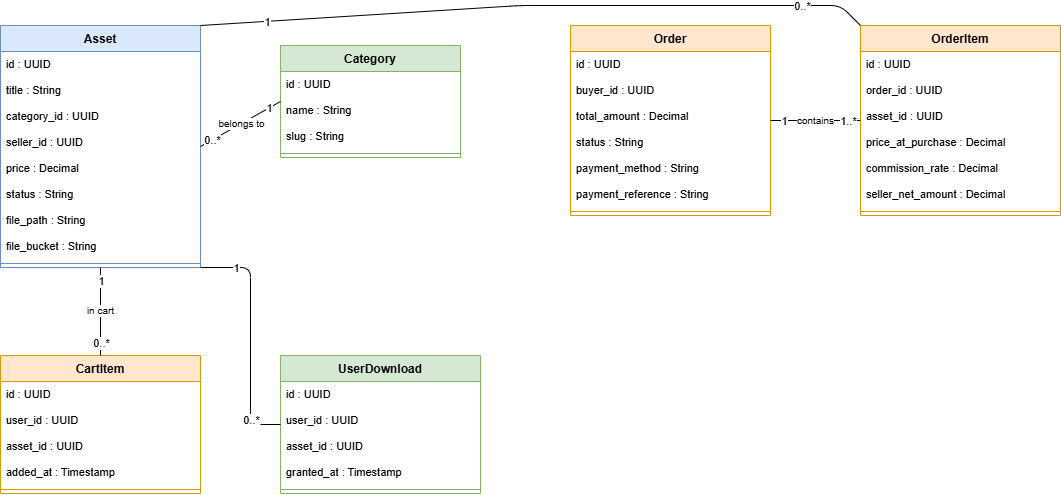
Above: images/diagrams/class_s2.png in AsmaDaoussi/report (draw.io), before the change. Source tidied: cells renumbered, new cells last; positions are measured from the earlier drawing's top-left corner, leaving out a move shared by most shapes.
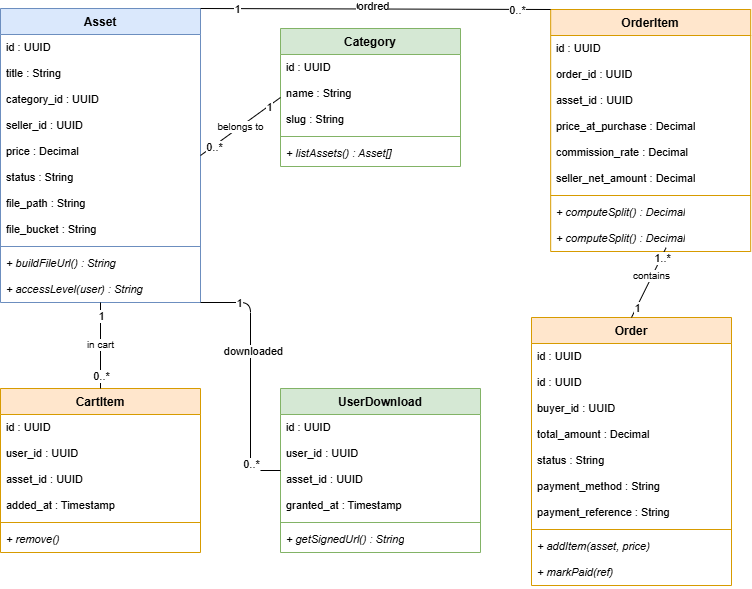
Later version of the same file.

What changed in the source:
```diff
@@ -3,7 +3,7 @@
     <mxCell id="0" />
     <mxCell id="1" parent="0" />
     <mxCell id="2" value="Asset" style="swimlane;fontStyle=1;align=center;verticalAlign=top;horizontal=1;startSize=26;fillColor=#dae8fc;strokeColor=#6c8ebf;whiteSpace=wrap;html=1;" parent="1" vertex="1">
-      <mxGeometry y="20" width="200" height="242" as="geometry" />
+      <mxGeometry y="20" width="200" height="294" as="geometry" />
     </mxCell>
     <mxCell id="3" value="id : UUID" style="text;strokeColor=none;fillColor=none;align=left;verticalAlign=top;spacingLeft=4;spacingRight=4;overflow=hidden;whiteSpace=wrap;html=1;fontSize=11;" parent="2" vertex="1">
       <mxGeometry y="26" width="200" height="26" as="geometry" />
@@ -32,8 +32,14 @@
     <mxCell id="11" style="line;strokeWidth=1;fillColor=none;align=left;verticalAlign=middle;spacingTop=-1;spacingLeft=3;spacingRight=3;labelPosition=right;strokeColor=inherit;" parent="2" vertex="1">
       <mxGeometry y="234" width="200" height="8" as="geometry" />
     </mxCell>
+    <mxCell id="60" value="+ buildFileUrl() : String" style="text;strokeColor=none;fillColor=none;align=left;verticalAlign=top;spacingLeft=4;spacingRight=4;overflow=hidden;whiteSpace=wrap;html=1;fontSize=11;fontStyle=2;" parent="2" vertex="1">
+      <mxGeometry y="242" width="200" height="26" as="geometry" />
+    </mxCell>
+    <mxCell id="61" value="+ accessLevel(user) : String" style="text;strokeColor=none;fillColor=none;align=left;verticalAlign=top;spacingLeft=4;spacingRight=4;overflow=hidden;whiteSpace=wrap;html=1;fontSize=11;fontStyle=2;" parent="2" vertex="1">
+      <mxGeometry y="268" width="200" height="26" as="geometry" />
+    </mxCell>
     <mxCell id="12" value="Category" style="swimlane;fontStyle=1;align=center;verticalAlign=top;horizontal=1;startSize=26;fillColor=#d5e8d4;strokeColor=#82b366;whiteSpace=wrap;html=1;" parent="1" vertex="1">
-      <mxGeometry x="280" y="40" width="180" height="112" as="geometry" />
+      <mxGeometry x="280" y="40" width="180" height="138" as="geometry" />
     </mxCell>
     <mxCell id="13" value="id : UUID" style="text;strokeColor=none;fillColor=none;align=left;verticalAlign=top;spacingLeft=4;spacingRight=4;overflow=hidden;whiteSpace=wrap;html=1;fontSize=11;" parent="12" vertex="1">
       <mxGeometry y="26" width="180" height="26" as="geometry" />
@@ -47,32 +53,44 @@
     <mxCell id="16" style="line;strokeWidth=1;fillColor=none;align=left;verticalAlign=middle;spacingTop=-1;spacingLeft=3;spacingRight=3;labelPosition=right;strokeColor=inherit;" parent="12" vertex="1">
       <mxGeometry y="104" width="180" height="8" as="geometry" />
     </mxCell>
+    <mxCell id="62" value="+ listAssets() : Asset[]" style="text;strokeColor=none;fillColor=none;align=left;verticalAlign=top;spacingLeft=4;spacingRight=4;overflow=hidden;whiteSpace=wrap;html=1;fontSize=11;fontStyle=2;" parent="12" vertex="1">
+      <mxGeometry y="112" width="180" height="26" as="geometry" />
+    </mxCell>
     <mxCell id="17" value="Order" style="swimlane;fontStyle=1;align=center;verticalAlign=top;horizontal=1;startSize=26;fillColor=#ffe6cc;strokeColor=#d79b00;whiteSpace=wrap;html=1;" parent="1" vertex="1">
-      <mxGeometry x="570" y="20" width="200" height="190" as="geometry" />
+      <mxGeometry x="531" y="329" width="200" height="268" as="geometry" />
     </mxCell>
     <mxCell id="18" value="id : UUID" style="text;strokeColor=none;fillColor=none;align=left;verticalAlign=top;spacingLeft=4;spacingRight=4;overflow=hidden;whiteSpace=wrap;html=1;fontSize=11;" parent="17" vertex="1">
       <mxGeometry y="26" width="200" height="26" as="geometry" />
     </mxCell>
+    <mxCell id="63" value="id : UUID" style="text;strokeColor=none;fillColor=none;align=left;verticalAlign=top;spacingLeft=4;spacingRight=4;overflow=hidden;whiteSpace=wrap;html=1;fontSize=11;" parent="17" vertex="1">
+      <mxGeometry y="52" width="200" height="26" as="geometry" />
+    </mxCell>
     <mxCell id="19" value="buyer_id : UUID" style="text;strokeColor=none;fillColor=none;align=left;verticalAlign=top;spacingLeft=4;spacingRight=4;overflow=hidden;whiteSpace=wrap;html=1;fontSize=11;" parent="17" vertex="1">
-      <mxGeometry y="52" width="200" height="26" as="geometry" />
+      <mxGeometry y="78" width="200" height="26" as="geometry" />
     </mxCell>
     <mxCell id="20" value="total_amount : Decimal" style="text;strokeColor=none;fillColor=none;align=left;verticalAlign=top;spacingLeft=4;spacingRight=4;overflow=hidden;whiteSpace=wrap;html=1;fontSize=11;" parent="17" vertex="1">
-      <mxGeometry y="78" width="200" height="26" as="geometry" />
+      <mxGeometry y="104" width="200" height="26" as="geometry" />
     </mxCell>
     <mxCell id="21" value="status : String" style="text;strokeColor=none;fillColor=none;align=left;verticalAlign=top;spacingLeft=4;spacingRight=4;overflow=hidden;whiteSpace=wrap;html=1;fontSize=11;" parent="17" vertex="1">
-      <mxGeometry y="104" width="200" height="26" as="geometry" />
+      <mxGeometry y="130" width="200" height="26" as="geometry" />
     </mxCell>
     <mxCell id="22" value="payment_method : String" style="text;strokeColor=none;fillColor=none;align=left;verticalAlign=top;spacingLeft=4;spacingRight=4;overflow=hidden;whiteSpace=wrap;html=1;fontSize=11;" parent="17" vertex="1">
-      <mxGeometry y="130" width="200" height="26" as="geometry" />
+      <mxGeometry y="156" width="200" height="26" as="geometry" />
     </mxCell>
     <mxCell id="23" value="payment_reference : String" style="text;strokeColor=none;fillColor=none;align=left;verticalAlign=top;spacingLeft=4;spacingRight=4;overflow=hidden;whiteSpace=wrap;html=1;fontSize=11;" parent="17" vertex="1">
-      <mxGeometry y="156" width="200" height="26" as="geometry" />
+      <mxGeometry y="182" width="200" height="26" as="geometry" />
     </mxCell>
     <mxCell id="24" style="line;strokeWidth=1;fillColor=none;align=left;verticalAlign=middle;spacingTop=-1;spacingLeft=3;spacingRight=3;labelPosition=right;strokeColor=inherit;" parent="17" vertex="1">
-      <mxGeometry y="182" width="200" height="8" as="geometry" />
+      <mxGeometry y="208" width="200" height="8" as="geometry" />
     </mxCell>
+    <mxCell id="64" value="+ addItem(asset, price)" style="text;strokeColor=none;fillColor=none;align=left;verticalAlign=top;spacingLeft=4;spacingRight=4;overflow=hidden;whiteSpace=wrap;html=1;fontSize=11;fontStyle=2;" parent="17" vertex="1">
+      <mxGeometry y="216" width="200" height="26" as="geometry" />
+    </mxCell>
+    <mxCell id="65" value="+ markPaid(ref)" style="text;strokeColor=none;fillColor=none;align=left;verticalAlign=top;spacingLeft=4;spacingRight=4;overflow=hidden;whiteSpace=wrap;html=1;fontSize=11;fontStyle=2;" parent="17" vertex="1">
+      <mxGeometry y="242" width="200" height="26" as="geometry" />
+    </mxCell>
     <mxCell id="25" value="OrderItem" style="swimlane;fontStyle=1;align=center;verticalAlign=top;horizontal=1;startSize=26;fillColor=#ffe6cc;strokeColor=#d79b00;whiteSpace=wrap;html=1;" parent="1" vertex="1">
-      <mxGeometry x="860" y="20" width="200" height="190" as="geometry" />
+      <mxGeometry x="550.2" y="21" width="200" height="242" as="geometry" />
     </mxCell>
     <mxCell id="26" value="id : UUID" style="text;strokeColor=none;fillColor=none;align=left;verticalAlign=top;spacingLeft=4;spacingRight=4;overflow=hidden;whiteSpace=wrap;html=1;fontSize=11;" parent="25" vertex="1">
       <mxGeometry y="26" width="200" height="26" as="geometry" />
@@ -95,8 +113,14 @@
     <mxCell id="32" style="line;strokeWidth=1;fillColor=none;align=left;verticalAlign=middle;spacingTop=-1;spacingLeft=3;spacingRight=3;labelPosition=right;strokeColor=inherit;" parent="25" vertex="1">
       <mxGeometry y="182" width="200" height="8" as="geometry" />
     </mxCell>
+    <mxCell id="66" value="+ computeSplit() : Decimal" style="text;strokeColor=none;fillColor=none;align=left;verticalAlign=top;spacingLeft=4;spacingRight=4;overflow=hidden;whiteSpace=wrap;html=1;fontSize=11;fontStyle=2;" parent="25" vertex="1">
+      <mxGeometry y="190" width="200" height="26" as="geometry" />
+    </mxCell>
+    <mxCell id="67" value="+ computeSplit() : Decimal" style="text;strokeColor=none;fillColor=none;align=left;verticalAlign=top;spacingLeft=4;spacingRight=4;overflow=hidden;points=[[0,0.5],[1,0.5]];portConstraint=eastwest;whiteSpace=wrap;html=1;fontSize=11;fontStyle=2;" parent="25" vertex="1">
+      <mxGeometry y="216" width="200" height="26" as="geometry" />
+    </mxCell>
     <mxCell id="33" value="CartItem" style="swimlane;fontStyle=1;align=center;verticalAlign=top;horizontal=1;startSize=26;fillColor=#ffe6cc;strokeColor=#d79b00;whiteSpace=wrap;html=1;" parent="1" vertex="1">
-      <mxGeometry y="350" width="200" height="138" as="geometry" />
+      <mxGeometry y="400" width="200" height="164" as="geometry" />
     </mxCell>
     <mxCell id="34" value="id : UUID" style="text;strokeColor=none;fillColor=none;align=left;verticalAlign=top;spacingLeft=4;spacingRight=4;overflow=hidden;whiteSpace=wrap;html=1;fontSize=11;" parent="33" vertex="1">
       <mxGeometry y="26" width="200" height="26" as="geometry" />
@@ -113,8 +137,11 @@
     <mxCell id="38" style="line;strokeWidth=1;fillColor=none;align=left;verticalAlign=middle;spacingTop=-1;spacingLeft=3;spacingRight=3;labelPosition=right;strokeColor=inherit;" parent="33" vertex="1">
       <mxGeometry y="130" width="200" height="8" as="geometry" />
     </mxCell>
+    <mxCell id="68" value="+ remove()" style="text;strokeColor=none;fillColor=none;align=left;verticalAlign=top;spacingLeft=4;spacingRight=4;overflow=hidden;whiteSpace=wrap;html=1;fontSize=11;fontStyle=2;" parent="33" vertex="1">
+      <mxGeometry y="138" width="200" height="26" as="geometry" />
+    </mxCell>
     <mxCell id="39" value="UserDownload" style="swimlane;fontStyle=1;align=center;verticalAlign=top;horizontal=1;startSize=26;fillColor=#d5e8d4;strokeColor=#82b366;whiteSpace=wrap;html=1;" parent="1" vertex="1">
-      <mxGeometry x="280" y="350" width="200" height="138" as="geometry" />
+      <mxGeometry x="280" y="400" width="200" height="164" as="geometry" />
     </mxCell>
     <mxCell id="40" value="id : UUID" style="text;strokeColor=none;fillColor=none;align=left;verticalAlign=top;spacingLeft=4;spacingRight=4;overflow=hidden;whiteSpace=wrap;html=1;fontSize=11;" parent="39" vertex="1">
       <mxGeometry y="26" width="200" height="26" as="geometry" />
@@ -131,6 +158,9 @@
     <mxCell id="44" style="line;strokeWidth=1;fillColor=none;align=left;verticalAlign=middle;spacingTop=-1;spacingLeft=3;spacingRight=3;labelPosition=right;strokeColor=inherit;" parent="39" vertex="1">
       <mxGeometry y="130" width="200" height="8" as="geometry" />
     </mxCell>
+    <mxCell id="69" value="+ getSignedUrl() : String" style="text;strokeColor=none;fillColor=none;align=left;verticalAlign=top;spacingLeft=4;spacingRight=4;overflow=hidden;whiteSpace=wrap;html=1;fontSize=11;fontStyle=2;" parent="39" vertex="1">
+      <mxGeometry y="138" width="200" height="26" as="geometry" />
+    </mxCell>
     <mxCell id="45" value="belongs to" style="endArrow=none;startArrow=none;html=1;fontSize=10;exitX=1;exitY=0.5;entryX=0;entryY=0.5;" parent="1" edge="1" source="2" target="12">
       <mxGeometry relative="1" as="geometry" />
     </mxCell>
@@ -149,8 +179,8 @@
     <mxCell id="50" value="0..*" style="edgeLabel;html=1;align=center;verticalAlign=middle;fontSize=11;" parent="48" vertex="1">
       <mxGeometry x="0.7" relative="1" as="geometry" />
     </mxCell>
-    <mxCell id="51" value="contains" style="endArrow=none;startArrow=none;html=1;fontSize=10;exitX=1;exitY=0.5;entryX=0;entryY=0.5;" parent="1" edge="1" source="17" target="25">
-      <mxGeometry relative="1" as="geometry" />
+    <mxCell id="51" value="contains" style="endArrow=none;startArrow=none;html=1;fontSize=10;exitX=0.5;exitY=0;entryX=0.577;entryY=0.855;entryDx=0;entryDy=0;entryPerimeter=0;exitDx=0;exitDy=0;" parent="1" edge="1" source="17" target="67">
+      <mxGeometry x="0.18" y="1" relative="1" as="geometry" />
     </mxCell>
     <mxCell id="52" value="1" style="edgeLabel;html=1;align=center;verticalAlign=middle;fontSize=11;" parent="51" vertex="1">
       <mxGeometry x="-0.7" relative="1" as="geometry" />
@@ -159,12 +189,7 @@
       <mxGeometry x="0.7" relative="1" as="geometry" />
     </mxCell>
     <mxCell id="54" style="endArrow=none;startArrow=none;html=1;fontSize=10;exitX=1;exitY=0;entryX=0;entryY=0;" parent="1" edge="1" source="2" target="25">
-      <mxGeometry relative="1" as="geometry">
-        <Array as="points">
-          <mxPoint x="520" />
-          <mxPoint x="840" />
-        </Array>
-      </mxGeometry>
+      <mxGeometry relative="1" as="geometry" />
     </mxCell>
     <mxCell id="55" value="1" style="edgeLabel;html=1;align=center;verticalAlign=middle;fontSize=11;" parent="54" vertex="1">
       <mxGeometry x="-0.8" relative="1" as="geometry" />
@@ -172,11 +197,21 @@
     <mxCell id="56" value="0..*" style="edgeLabel;html=1;align=center;verticalAlign=middle;fontSize=11;" parent="54" vertex="1">
       <mxGeometry x="0.8" relative="1" as="geometry" />
     </mxCell>
+    <mxCell id="70" value="Order&amp;nbsp;" style="edgeLabel;html=1;align=center;verticalAlign=middle;" parent="54" vertex="1">
+      <mxGeometry x="-0.03" y="4" relative="1" as="geometry">
+        <mxPoint x="1" as="offset" />
+      </mxGeometry>
+    </mxCell>
+    <mxCell id="71" value="ordred" style="edgeLabel;html=1;align=center;verticalAlign=middle;" parent="54" vertex="1">
+      <mxGeometry x="-0.02" y="4" relative="1" as="geometry">
+        <mxPoint x="1" as="offset" />
+      </mxGeometry>
+    </mxCell>
     <mxCell id="57" style="endArrow=none;startArrow=none;html=1;fontSize=10;exitX=1;exitY=1;entryX=0;entryY=0.5;" parent="1" edge="1" source="2" target="39">
       <mxGeometry relative="1" as="geometry">
         <Array as="points">
-          <mxPoint x="250" y="262" />
-          <mxPoint x="250" y="419" />
+          <mxPoint x="250" y="314" />
+          <mxPoint x="250" y="482" />
         </Array>
       </mxGeometry>
     </mxCell>
@@ -186,5 +221,8 @@
     <mxCell id="59" value="0..*" style="edgeLabel;html=1;align=center;verticalAlign=middle;fontSize=11;" parent="57" vertex="1">
       <mxGeometry x="0.7" relative="1" as="geometry" />
     </mxCell>
+    <mxCell id="72" value="downloaded" style="edgeLabel;html=1;align=center;verticalAlign=middle;" parent="57" vertex="1">
+      <mxGeometry x="-0.21" y="2" relative="1" as="geometry" />
+    </mxCell>
   </root>
 </mxGraphModel>
```
